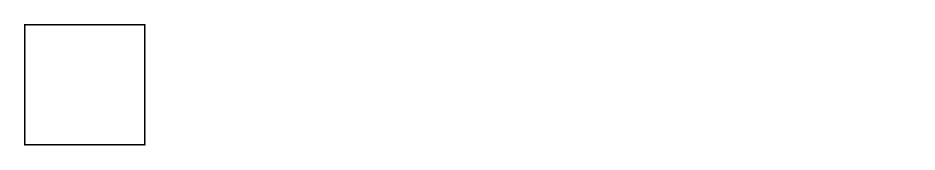
The draw.io diagram 224Project.drawio in ArchitGupta-IITB/Digital-Circuits-Project, before the edit. Source tidied: cells renumbered, new cells numbered last; positions are measured from the earlier drawing's top-left corner, leaving out a move shared by most shapes. Both pictures are drawn from the tidied source at 150%, with x=0, y=0 at pixel (24, 24).
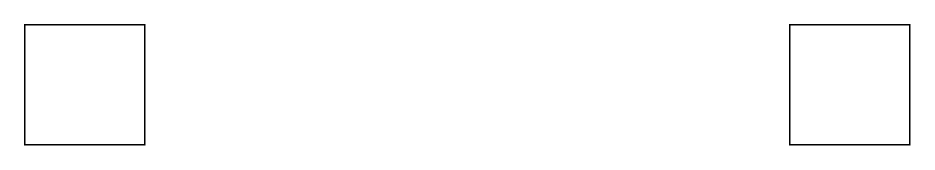
After the change.

The edit, as a diff of the source:
```diff
@@
 <mxGraphModel>
   <root>
     <mxCell id="0" />
     <mxCell id="1" parent="0" />
+    <mxCell id="3" style="whiteSpace=wrap;html=1;" parent="1" vertex="1">
+      <mxGeometry x="510" width="80" height="80" as="geometry" />
+    </mxCell>
     <mxCell id="2" style="whiteSpace=wrap;html=1;" parent="1" vertex="1">
       <mxGeometry width="80" height="80" as="geometry" />
     </mxCell>
   </root>
 </mxGraphModel>
```
